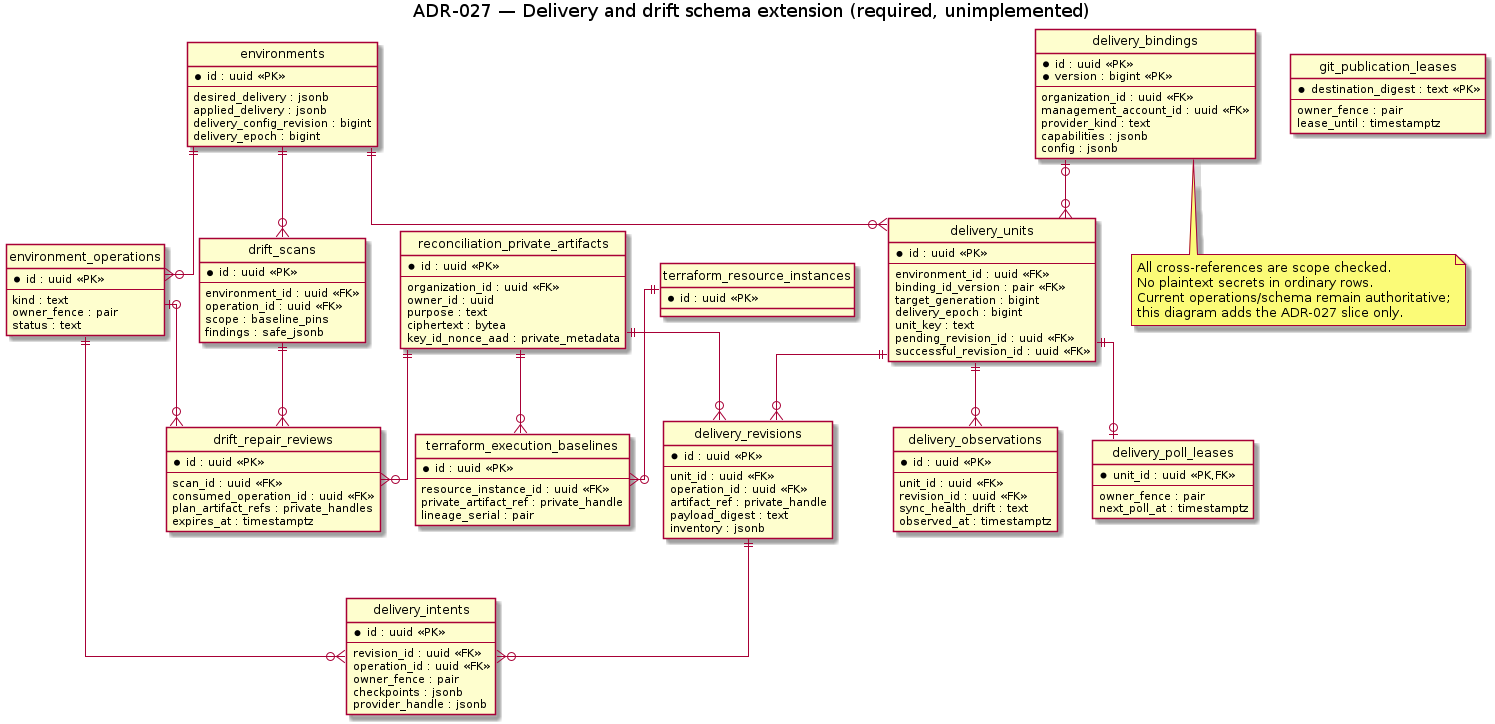
Earlier version of the PlantUML export orchestrator_docs/architecture/database/delivery-reconciliation-erd.png (pr3s3nt/poc). Its source is kept beside it as orchestrator_docs/architecture/database/delivery-reconciliation-erd.puml. Source of this version:
```plantuml
@startuml
title ADR-027 — Delivery and drift schema extension (required, unimplemented)
hide circle
skinparam linetype ortho
entity environments {
 * id : uuid <<PK>>
 --
 desired_delivery : jsonb
 applied_delivery : jsonb
 delivery_config_revision : bigint
 delivery_epoch : bigint
}
entity delivery_bindings {
 * id : uuid <<PK>>
 * version : bigint <<PK>>
 --
 organization_id : uuid <<FK>>
 management_account_id : uuid <<FK>>
 provider_kind : text
 capabilities : jsonb
 config : jsonb
}
entity delivery_units {
 * id : uuid <<PK>>
 --
 environment_id : uuid <<FK>>
 binding_id_version : pair <<FK>>
 target_generation : bigint
 delivery_epoch : bigint
 unit_key : text
 pending_revision_id : uuid <<FK>>
 successful_revision_id : uuid <<FK>>
}
entity reconciliation_private_artifacts {
 * id : uuid <<PK>>
 --
 organization_id : uuid <<FK>>
 owner_id : uuid
 purpose : text
 ciphertext : bytea
 key_id_nonce_aad : private_metadata
}
entity delivery_revisions {
 * id : uuid <<PK>>
 --
 unit_id : uuid <<FK>>
 operation_id : uuid <<FK>>
 artifact_ref : private_handle
 payload_digest : text
 inventory : jsonb
}
entity delivery_intents {
 * id : uuid <<PK>>
 --
 revision_id : uuid <<FK>>
 operation_id : uuid <<FK>>
 owner_fence : pair
 checkpoints : jsonb
 provider_handle : jsonb
}
entity delivery_observations {
 * id : uuid <<PK>>
 --
 unit_id : uuid <<FK>>
 revision_id : uuid <<FK>>
 sync_health_drift : text
 observed_at : timestamptz
}
entity delivery_poll_leases {
 * unit_id : uuid <<PK,FK>>
 --
 owner_fence : pair
 next_poll_at : timestamptz
}
entity git_publication_leases {
 * destination_digest : text <<PK>>
 --
 owner_fence : pair
 lease_until : timestamptz
}
entity environment_operations {
 * id : uuid <<PK>>
 --
 kind : text
 owner_fence : pair
 status : text
}
entity terraform_resource_instances {
 * id : uuid <<PK>>
}
entity terraform_execution_baselines {
 * id : uuid <<PK>>
 --
 resource_instance_id : uuid <<FK>>
 private_artifact_ref : private_handle
 lineage_serial : pair
}
entity drift_scans {
 * id : uuid <<PK>>
 --
 environment_id : uuid <<FK>>
 operation_id : uuid <<FK>>
 scope : baseline_pins
 findings : safe_jsonb
}
entity drift_repair_reviews {
 * id : uuid <<PK>>
 --
 scan_id : uuid <<FK>>
 consumed_operation_id : uuid <<FK>>
 plan_artifact_refs : private_handles
 expires_at : timestamptz
}
reconciliation_private_artifacts ||--o{ delivery_revisions
reconciliation_private_artifacts ||--o{ terraform_execution_baselines
reconciliation_private_artifacts ||--o{ drift_repair_reviews
environments ||--o{ delivery_units
delivery_bindings |o--o{ delivery_units
delivery_units ||--o{ delivery_revisions
delivery_revisions ||--o{ delivery_intents
delivery_units ||--o{ delivery_observations
delivery_units ||--o| delivery_poll_leases
environment_operations ||--o{ delivery_intents
environments ||--o{ environment_operations
environments ||--o{ drift_scans
terraform_resource_instances ||--o{ terraform_execution_baselines
drift_scans ||--o{ drift_repair_reviews
environment_operations |o--o{ drift_repair_reviews
note bottom of delivery_bindings
All cross-references are scope checked.
No plaintext secrets in ordinary rows.
Current operations/schema remain authoritative;
this diagram adds the ADR-027 slice only.
end note
@enduml
```
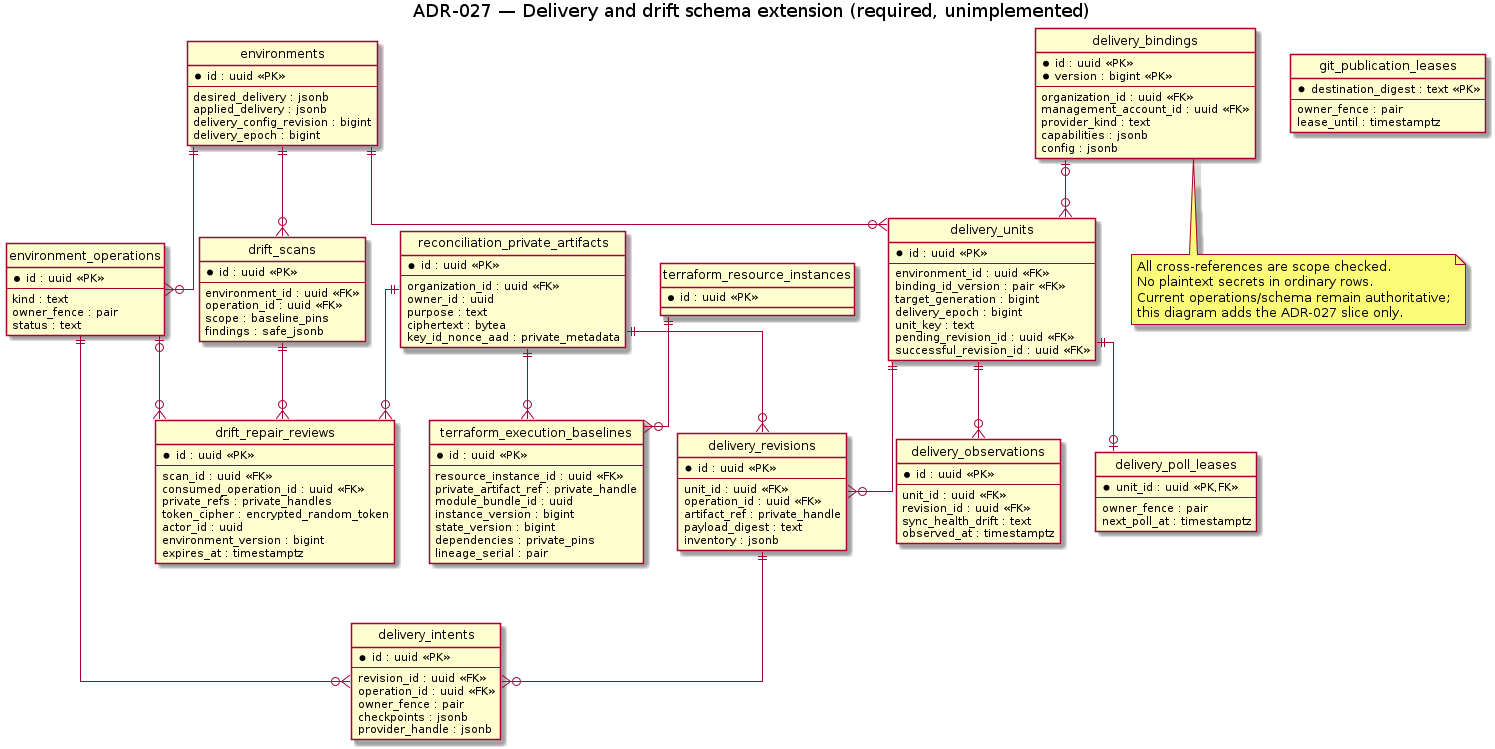
The same diagram one commit later.

The edit, as a diff of the source:
```diff
@@ -93,6 +93,10 @@
  --
  resource_instance_id : uuid <<FK>>
  private_artifact_ref : private_handle
+ module_bundle_id : uuid
+ instance_version : bigint
+ state_version : bigint
+ dependencies : private_pins
  lineage_serial : pair
 }
 entity drift_scans {
@@ -108,7 +112,10 @@
  --
  scan_id : uuid <<FK>>
  consumed_operation_id : uuid <<FK>>
- plan_artifact_refs : private_handles
+ private_refs : private_handles
+ token_cipher : encrypted_random_token
+ actor_id : uuid
+ environment_version : bigint
  expires_at : timestamptz
 }
 reconciliation_private_artifacts ||--o{ delivery_revisions
```
